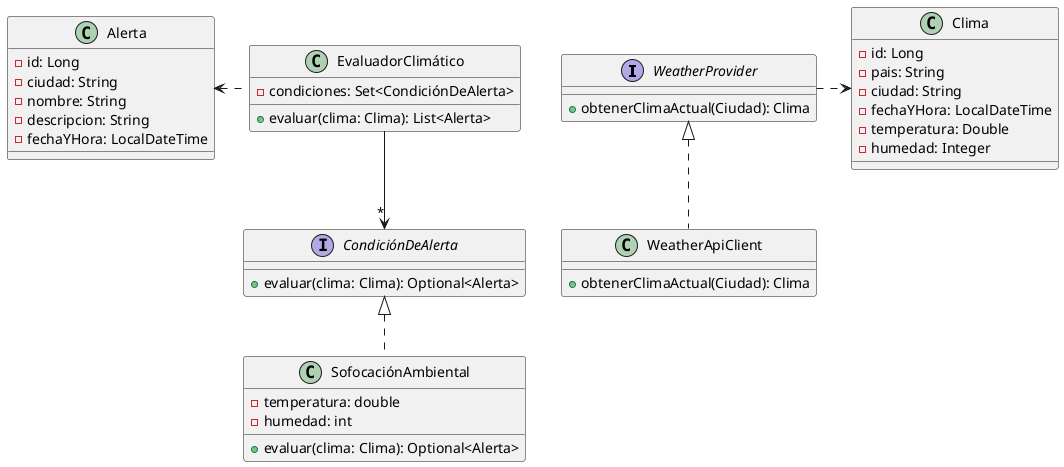
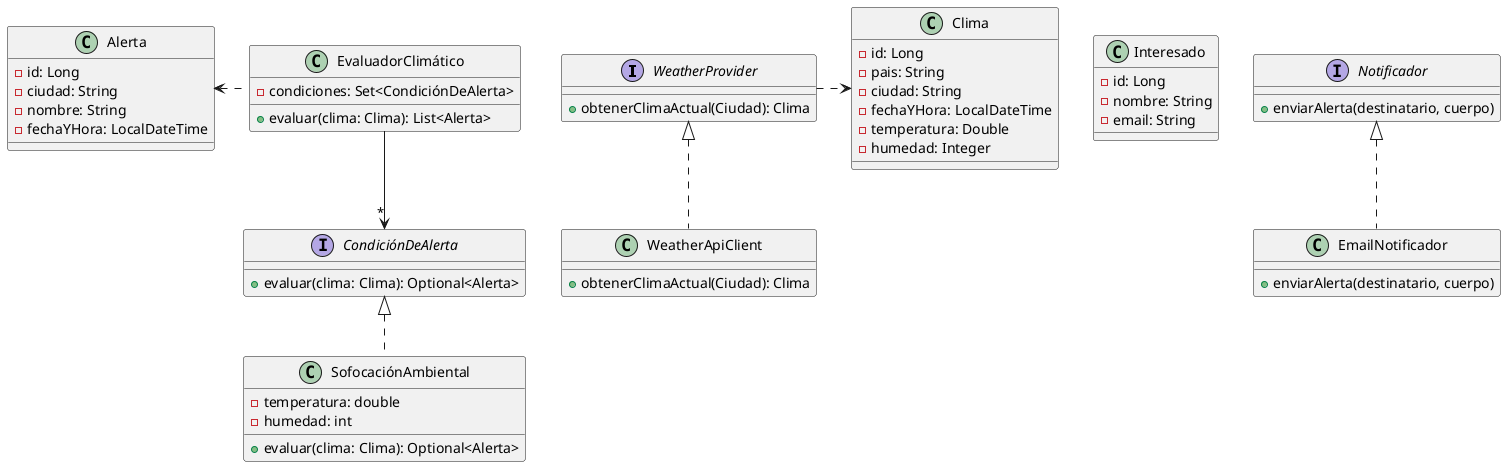
@startuml

interface WeatherProvider {
    + obtenerClimaActual(Ciudad): Clima
}

class WeatherApiClient implements WeatherProvider {
    + obtenerClimaActual(Ciudad): Clima
}

class EvaluadorClimático {
    - condiciones: Set<CondiciónDeAlerta>

    + evaluar(clima: Clima): List<Alerta>
}

interface CondiciónDeAlerta {
    + evaluar(clima: Clima): Optional<Alerta>
}

class SofocaciónAmbiental implements CondiciónDeAlerta {
    - temperatura: double
    - humedad: int

    + evaluar(clima: Clima): Optional<Alerta>
}

class Clima {
    - id: Long
    - pais: String
    - ciudad: String
    - fechaYHora: LocalDateTime
    - temperatura: Double
    - humedad: Integer
}

class Alerta {
    - id: Long
    - ciudad: String
    - nombre: String
-     - descripcion: String
    - fechaYHora: LocalDateTime
}

+ class Interesado {
+     - id: Long
+     - nombre: String
+     - email: String
+ }
+ 
+ interface Notificador {
+     + enviarAlerta(destinatario, cuerpo)
+ }
+ 
+ class EmailNotificador implements Notificador {
+     + enviarAlerta(destinatario, cuerpo)
+ }


EvaluadorClimático --> "*" CondiciónDeAlerta
EvaluadorClimático ..left> Alerta
WeatherProvider ..right> Clima

@enduml